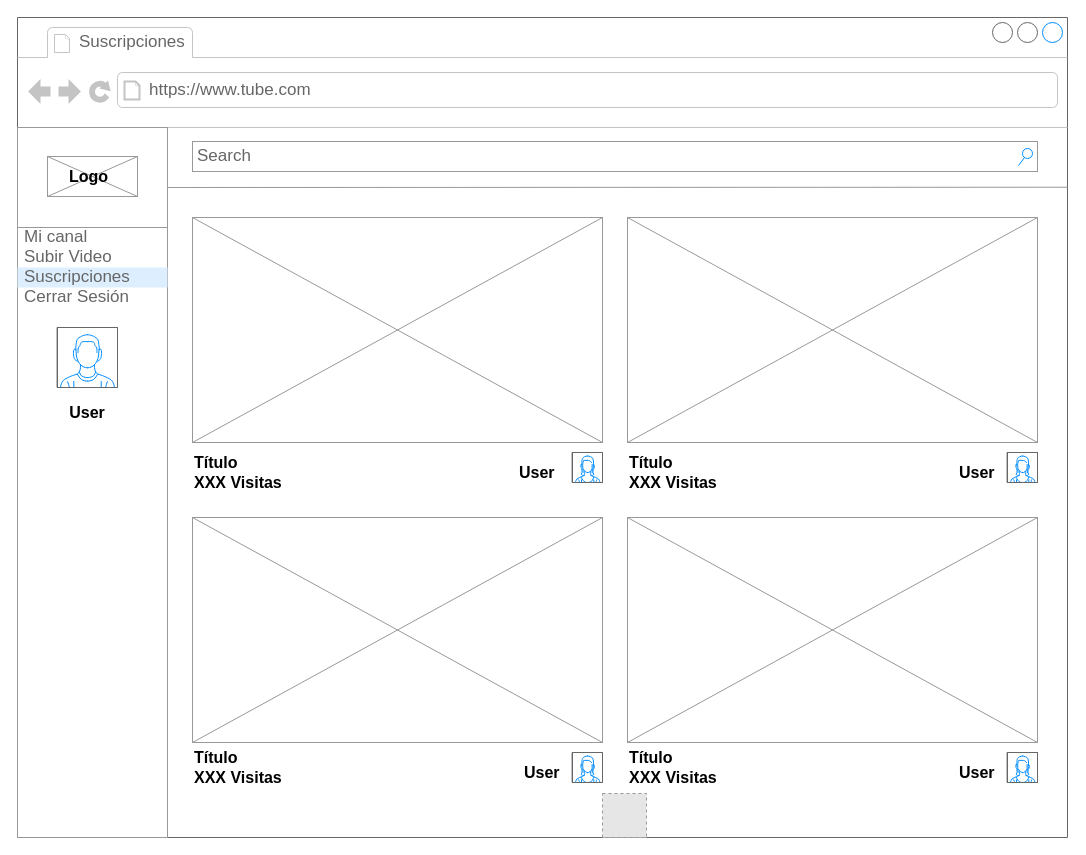
Before: Proyecto/Documentacion/Interfaces/Suscripciones.drawio in Victor-martinelli/TADEPD, a draw.io diagram. Source tidied: cells renumbered, new cells numbered last; positions are measured from the earlier drawing's top-left corner, leaving out a move shared by most shapes. Both pictures are drawn from the tidied source at 100%, with x=0, y=0 at pixel (17, 17). Pictures stored in the file or linked from it are replaced by grey dashed boxes.
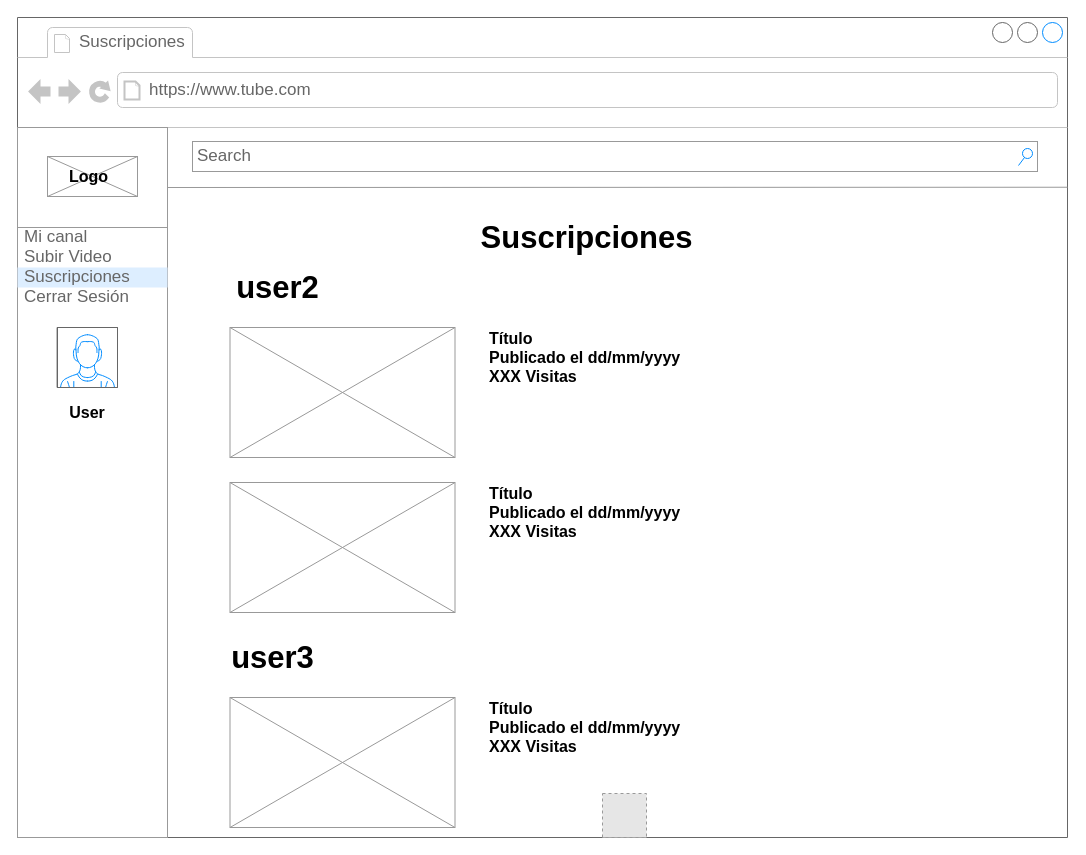
Above is the later version.

Unchanged cells that the change refers to:
```xml
<mxCell id="2" style="strokeWidth=1;shadow=0;dashed=0;align=center;html=1;shape=mxgraph.mockup.containers.browserWindow;rSize=0;fillColor=#ffffff;strokeColor=#666666;mainText=,;rounded=0;labelBackgroundColor=none;fontFamily=Verdana;fontSize=12;fontColor=#000000;" parent="1" vertex="1">
  <mxGeometry width="1050" height="820" as="geometry" />
</mxCell>
```

The edit, as a diff of the source:
```diff
@@
-    <mxCell id="3" style="verticalLabelPosition=bottom;shadow=0;dashed=0;align=center;html=1;verticalAlign=top;strokeWidth=1;shape=mxgraph.mockup.graphics.simpleIcon;strokeColor=#999999;fillColor=#ffffff;" parent="2" vertex="1">
-      <mxGeometry x="175" y="500" width="410" height="225" as="geometry" />
-    </mxCell>
@@
-    <mxCell id="17" style="verticalLabelPosition=bottom;shadow=0;dashed=0;align=center;html=1;verticalAlign=top;strokeWidth=1;shape=mxgraph.mockup.graphics.simpleIcon;strokeColor=#999999;fillColor=#ffffff;" parent="2" vertex="1">
-      <mxGeometry x="610" y="200" width="410" height="225" as="geometry" />
-    </mxCell>
     <mxCell id="18" style="verticalLabelPosition=bottom;shadow=0;dashed=0;align=center;html=1;verticalAlign=top;strokeWidth=1;shape=mxgraph.mockup.graphics.simpleIcon;strokeColor=#999999;fillColor=#ffffff;" parent="2" vertex="1">
-      <mxGeometry x="175" y="200" width="410" height="225" as="geometry" />
+      <mxGeometry x="212.5" y="310" width="225" height="130" as="geometry" />
     </mxCell>
-    <mxCell id="19" style="verticalLabelPosition=bottom;shadow=0;dashed=0;align=center;html=1;verticalAlign=top;strokeWidth=1;shape=mxgraph.mockup.graphics.simpleIcon;strokeColor=#999999;fillColor=#ffffff;" parent="2" vertex="1">
-      <mxGeometry x="610" y="500" width="410" height="225" as="geometry" />
-    </mxCell>
-    <mxCell id="20" value="&lt;div style=&quot;font-size: 16px;&quot;&gt;Título&lt;/div&gt;&lt;div style=&quot;font-size: 16px;&quot;&gt;XXX Visitas&lt;br style=&quot;font-size: 16px;&quot;&gt;&lt;/div&gt;" style="text;html=1;strokeColor=none;fillColor=none;align=left;verticalAlign=middle;whiteSpace=wrap;rounded=0;fontStyle=1;fontSize=16;" parent="2" vertex="1">
-      <mxGeometry x="175" y="445" width="290" height="20" as="geometry" />
+    <mxCell id="20" value="&lt;div style=&quot;font-size: 16px&quot;&gt;&lt;span&gt;Título&lt;/span&gt;&lt;br&gt;&lt;/div&gt;&lt;div style=&quot;font-size: 16px&quot;&gt;&lt;span&gt;Publicado el dd/mm/yyyy&lt;/span&gt;&lt;/div&gt;&lt;div style=&quot;font-size: 16px&quot;&gt;XXX Visitas&lt;br style=&quot;font-size: 16px&quot;&gt;&lt;/div&gt;" style="text;html=1;strokeColor=none;fillColor=none;align=left;verticalAlign=middle;whiteSpace=wrap;rounded=0;fontStyle=1;fontSize=16;" parent="2" vertex="1">
+      <mxGeometry x="470" y="310" width="290" height="60" as="geometry" />
     </mxCell>
-    <mxCell id="21" value="&lt;div style=&quot;font-size: 16px;&quot;&gt;Título&lt;/div&gt;&lt;div style=&quot;font-size: 16px;&quot;&gt;XXX Visitas&lt;br style=&quot;font-size: 16px;&quot;&gt;&lt;/div&gt;" style="text;html=1;strokeColor=none;fillColor=none;align=left;verticalAlign=middle;whiteSpace=wrap;rounded=0;fontStyle=1;fontSize=16;" parent="2" vertex="1">
-      <mxGeometry x="610" y="445" width="290" height="20" as="geometry" />
-    </mxCell>
-    <mxCell id="22" value="&lt;div style=&quot;font-size: 16px;&quot;&gt;Título&lt;/div&gt;&lt;div style=&quot;font-size: 16px;&quot;&gt;XXX Visitas&lt;br style=&quot;font-size: 16px;&quot;&gt;&lt;/div&gt;" style="text;html=1;strokeColor=none;fillColor=none;align=left;verticalAlign=middle;whiteSpace=wrap;rounded=0;fontStyle=1;fontSize=16;" parent="2" vertex="1">
-      <mxGeometry x="175" y="740" width="290" height="20" as="geometry" />
-    </mxCell>
-    <mxCell id="23" value="&lt;div style=&quot;font-size: 16px;&quot;&gt;Título&lt;/div&gt;&lt;div style=&quot;font-size: 16px;&quot;&gt;XXX Visitas&lt;br style=&quot;font-size: 16px;&quot;&gt;&lt;/div&gt;" style="text;html=1;strokeColor=none;fillColor=none;align=left;verticalAlign=middle;whiteSpace=wrap;rounded=0;fontStyle=1;fontSize=16;" parent="2" vertex="1">
-      <mxGeometry x="610" y="740" width="290" height="20" as="geometry" />
-    </mxCell>
-    <mxCell id="24" style="verticalLabelPosition=bottom;shadow=0;dashed=0;align=center;html=1;verticalAlign=top;strokeWidth=1;shape=mxgraph.mockup.containers.userFemale;strokeColor=#666666;strokeColor2=#008cff;fillColor=#ffffff;fontSize=16;" parent="2" vertex="1">
-      <mxGeometry x="555" y="435" width="30" height="30" as="geometry" />
-    </mxCell>
-    <mxCell id="25" style="verticalLabelPosition=bottom;shadow=0;dashed=0;align=center;html=1;verticalAlign=top;strokeWidth=1;shape=mxgraph.mockup.containers.userFemale;strokeColor=#666666;strokeColor2=#008cff;fillColor=#ffffff;fontSize=16;" parent="2" vertex="1">
-      <mxGeometry x="990" y="435" width="30" height="30" as="geometry" />
-    </mxCell>
-    <mxCell id="26" style="verticalLabelPosition=bottom;shadow=0;dashed=0;align=center;html=1;verticalAlign=top;strokeWidth=1;shape=mxgraph.mockup.containers.userFemale;strokeColor=#666666;strokeColor2=#008cff;fillColor=#ffffff;fontSize=16;" parent="2" vertex="1">
-      <mxGeometry x="555" y="735" width="30" height="30" as="geometry" />
-    </mxCell>
-    <mxCell id="27" style="verticalLabelPosition=bottom;shadow=0;dashed=0;align=center;html=1;verticalAlign=top;strokeWidth=1;shape=mxgraph.mockup.containers.userFemale;strokeColor=#666666;strokeColor2=#008cff;fillColor=#ffffff;fontSize=16;" parent="2" vertex="1">
-      <mxGeometry x="990" y="735" width="30" height="30" as="geometry" />
-    </mxCell>
-    <mxCell id="28" value="User" style="text;html=1;strokeColor=none;fillColor=none;align=left;verticalAlign=middle;whiteSpace=wrap;rounded=0;fontStyle=1;fontSize=16;" parent="2" vertex="1">
-      <mxGeometry x="500" y="445" width="50" height="20" as="geometry" />
-    </mxCell>
-    <mxCell id="29" value="User" style="text;html=1;strokeColor=none;fillColor=none;align=left;verticalAlign=middle;whiteSpace=wrap;rounded=0;fontStyle=1;fontSize=16;" parent="2" vertex="1">
-      <mxGeometry x="940" y="445" width="50" height="20" as="geometry" />
-    </mxCell>
-    <mxCell id="30" value="User" style="text;html=1;strokeColor=none;fillColor=none;align=left;verticalAlign=middle;whiteSpace=wrap;rounded=0;fontStyle=1;fontSize=16;" parent="2" vertex="1">
-      <mxGeometry x="505" y="745" width="50" height="20" as="geometry" />
-    </mxCell>
-    <mxCell id="31" value="User" style="text;html=1;strokeColor=none;fillColor=none;align=left;verticalAlign=middle;whiteSpace=wrap;rounded=0;fontStyle=1;fontSize=16;" parent="2" vertex="1">
-      <mxGeometry x="940" y="745" width="50" height="20" as="geometry" />
-    </mxCell>
@@
+    <mxCell id="35" value="&lt;font style=&quot;font-size: 31px&quot;&gt;Suscripciones&lt;/font&gt;" style="text;html=1;strokeColor=none;fillColor=none;align=center;verticalAlign=middle;whiteSpace=wrap;rounded=0;fontStyle=1;fontSize=16;" parent="2" vertex="1">
+      <mxGeometry x="432.5" y="200" width="273" height="40" as="geometry" />
+    </mxCell>
+    <mxCell id="36" value="&lt;font style=&quot;font-size: 31px&quot;&gt;user2&lt;/font&gt;" style="text;html=1;strokeColor=none;fillColor=none;align=center;verticalAlign=middle;whiteSpace=wrap;rounded=0;fontStyle=1;fontSize=16;" parent="2" vertex="1">
+      <mxGeometry x="212.5" y="250" width="95" height="40" as="geometry" />
+    </mxCell>
+    <mxCell id="37" style="verticalLabelPosition=bottom;shadow=0;dashed=0;align=center;html=1;verticalAlign=top;strokeWidth=1;shape=mxgraph.mockup.graphics.simpleIcon;strokeColor=#999999;fillColor=#ffffff;" parent="2" vertex="1">
+      <mxGeometry x="212.5" y="465" width="225" height="130" as="geometry" />
+    </mxCell>
+    <mxCell id="38" value="&lt;div style=&quot;font-size: 16px&quot;&gt;&lt;span&gt;Título&lt;/span&gt;&lt;br&gt;&lt;/div&gt;&lt;div style=&quot;font-size: 16px&quot;&gt;&lt;span&gt;Publicado el dd/mm/yyyy&lt;/span&gt;&lt;/div&gt;&lt;div style=&quot;font-size: 16px&quot;&gt;XXX Visitas&lt;br style=&quot;font-size: 16px&quot;&gt;&lt;/div&gt;" style="text;html=1;strokeColor=none;fillColor=none;align=left;verticalAlign=middle;whiteSpace=wrap;rounded=0;fontStyle=1;fontSize=16;" parent="2" vertex="1">
+      <mxGeometry x="470" y="465" width="290" height="60" as="geometry" />
+    </mxCell>
+    <mxCell id="39" value="&lt;font style=&quot;font-size: 31px&quot;&gt;user3&lt;/font&gt;" style="text;html=1;strokeColor=none;fillColor=none;align=center;verticalAlign=middle;whiteSpace=wrap;rounded=0;fontStyle=1;fontSize=16;" parent="2" vertex="1">
+      <mxGeometry x="207.5" y="620" width="95" height="40" as="geometry" />
+    </mxCell>
+    <mxCell id="40" style="verticalLabelPosition=bottom;shadow=0;dashed=0;align=center;html=1;verticalAlign=top;strokeWidth=1;shape=mxgraph.mockup.graphics.simpleIcon;strokeColor=#999999;fillColor=#ffffff;" parent="2" vertex="1">
+      <mxGeometry x="212.5" y="680" width="225" height="130" as="geometry" />
+    </mxCell>
+    <mxCell id="41" value="&lt;div style=&quot;font-size: 16px&quot;&gt;&lt;span&gt;Título&lt;/span&gt;&lt;br&gt;&lt;/div&gt;&lt;div style=&quot;font-size: 16px&quot;&gt;&lt;span&gt;Publicado el dd/mm/yyyy&lt;/span&gt;&lt;/div&gt;&lt;div style=&quot;font-size: 16px&quot;&gt;XXX Visitas&lt;br style=&quot;font-size: 16px&quot;&gt;&lt;/div&gt;" style="text;html=1;strokeColor=none;fillColor=none;align=left;verticalAlign=middle;whiteSpace=wrap;rounded=0;fontStyle=1;fontSize=16;" parent="2" vertex="1">
+      <mxGeometry x="470" y="680" width="290" height="60" as="geometry" />
+    </mxCell>
```
